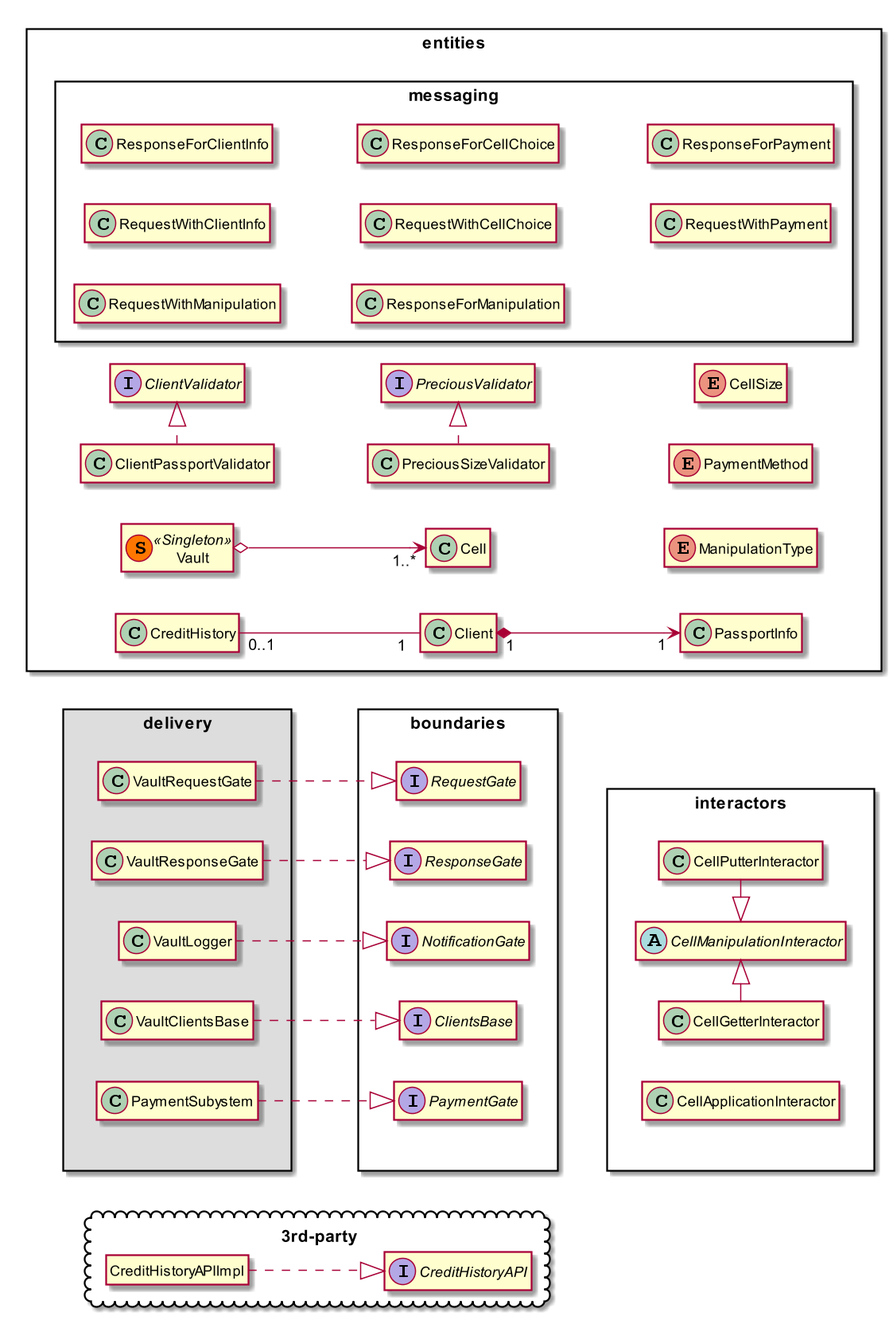
Above: UML/classDiag.png in wndrws/bank-vault (PlantUML), before the change.
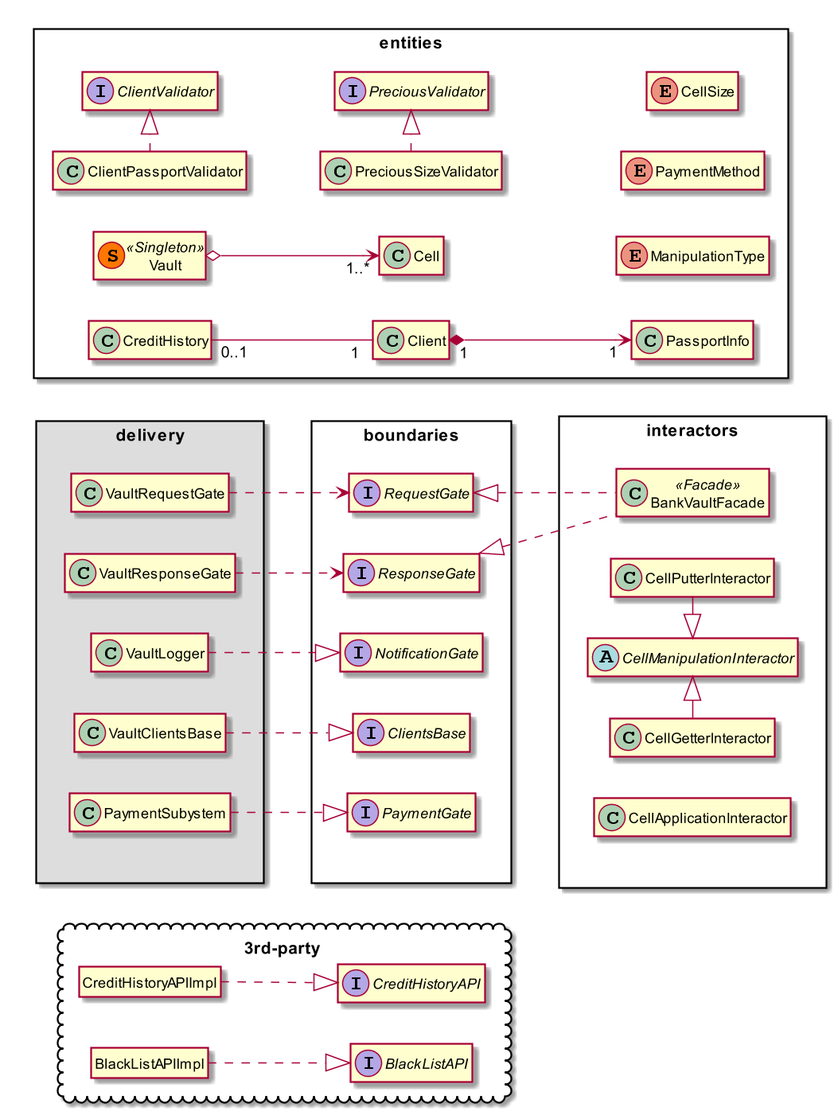
Later version of the same file.

Commit message:
Class diagram update

What changed in the source:
```diff
@@ -19,8 +19,8 @@
   interface PaymentGate
 }
 
-VaultRequestGate ..|> RequestGate
-VaultResponseGate ..|> ResponseGate
+VaultRequestGate ..> RequestGate
+VaultResponseGate ..> ResponseGate
 VaultLogger ..|> NotificationGate
 VaultClientsBase ..|> ClientsBase
 PaymentSubystem ..|> PaymentGate
@@ -29,14 +29,22 @@
   class CreditHistoryAPIImpl
   hide CreditHistoryAPIImpl circle
   interface CreditHistoryAPI
+  CreditHistoryAPIImpl .d.|> CreditHistoryAPI
+
+  class BlackListAPIImpl
+  hide BlackListAPIImpl circle
+  interface BlackListAPI
+  BlackListAPIImpl .d.|> BlackListAPI
 }
-CreditHistoryAPIImpl .d.|> CreditHistoryAPI
 
 package interactors <<Rectangle>> {
+  class BankVaultFacade << Facade >>
   class CellApplicationInteractor
   abstract class CellManipulationInteractor
   CellManipulationInteractor <|- CellPutterInteractor
   CellGetterInteractor -|> CellManipulationInteractor
+  CellPutterInteractor -[hidden] BankVaultFacade
+
 }
 
 package entities <<Rectangle>> {
@@ -53,22 +61,6 @@
   PreciousSizeValidator -[hidden]- PaymentMethod
   Cell -[hidden]- ManipulationType
 
-  package messaging <<Rectangle>> {
-  	class ResponseForClientInfo
-	class ResponseForCellChoice
-	class ResponseForPayment
-    class RequestWithClientInfo
-    class RequestWithCellChoice
-    class RequestWithPayment
-	class RequestWithManipulation
-	class ResponseForManipulation
-  }
-  RequestWithClientInfo -[hidden]- RequestWithCellChoice
-  RequestWithCellChoice -[hidden]- RequestWithPayment
-  ResponseForClientInfo -[hidden]- ResponseForCellChoice
-  ResponseForCellChoice -[hidden]- ResponseForPayment
-  RequestWithManipulation -[hidden]- ResponseForManipulation
-
   interface PreciousValidator
   class PreciousSizeValidator
   PreciousSizeValidator .|> PreciousValidator
@@ -83,6 +75,8 @@
 boundaries -[hidden]- interactors
 CreditHistoryAPIImpl -[hidden]- boundaries
 
+RequestGate <|.. BankVaultFacade
+ResponseGate <|.. BankVaultFacade
 
 
 @enduml
```
